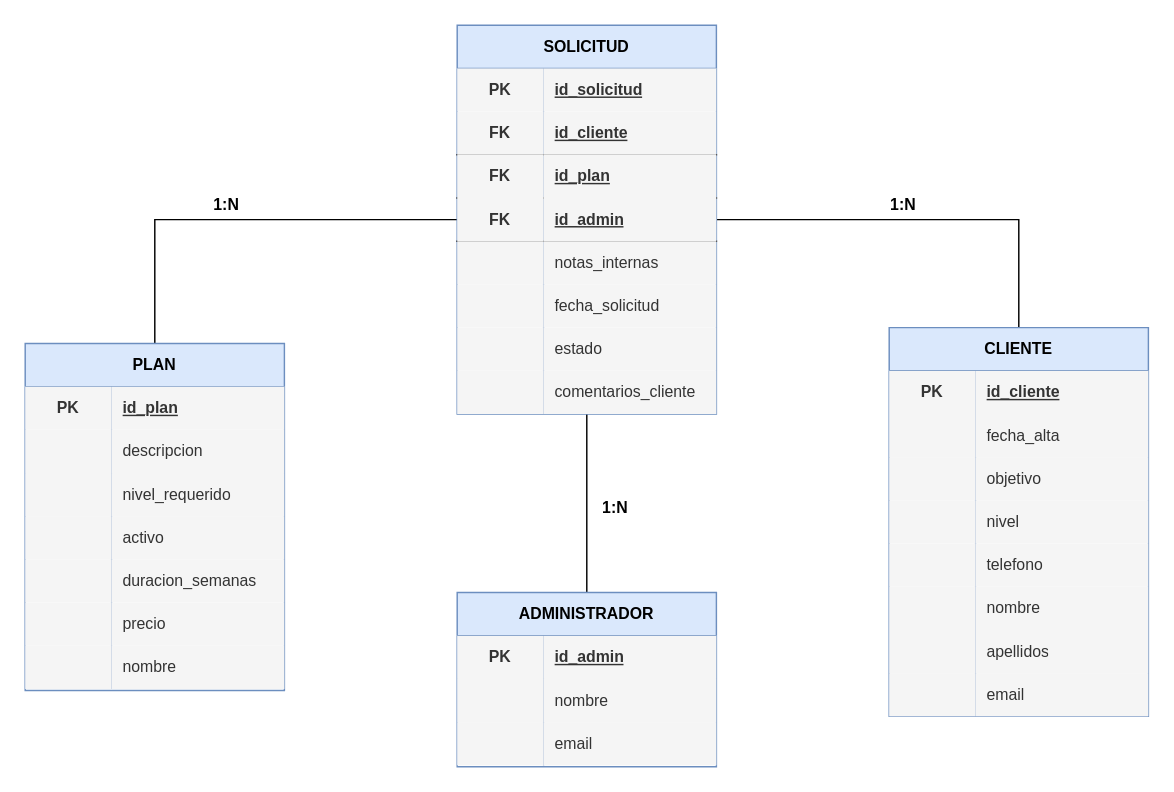
Earlier version of the draw.io diagram page "Modelo Relacional" (2 of 2) of diagrams/modelos.drawio (Jbergo/nextrep-training). Source tidied: cells renumbered, new cells numbered last; positions are measured from the earlier drawing's top-left corner, leaving out a move shared by most shapes. Both pictures are drawn from the tidied source at 144%, with x=0, y=0 at pixel (24, 24).
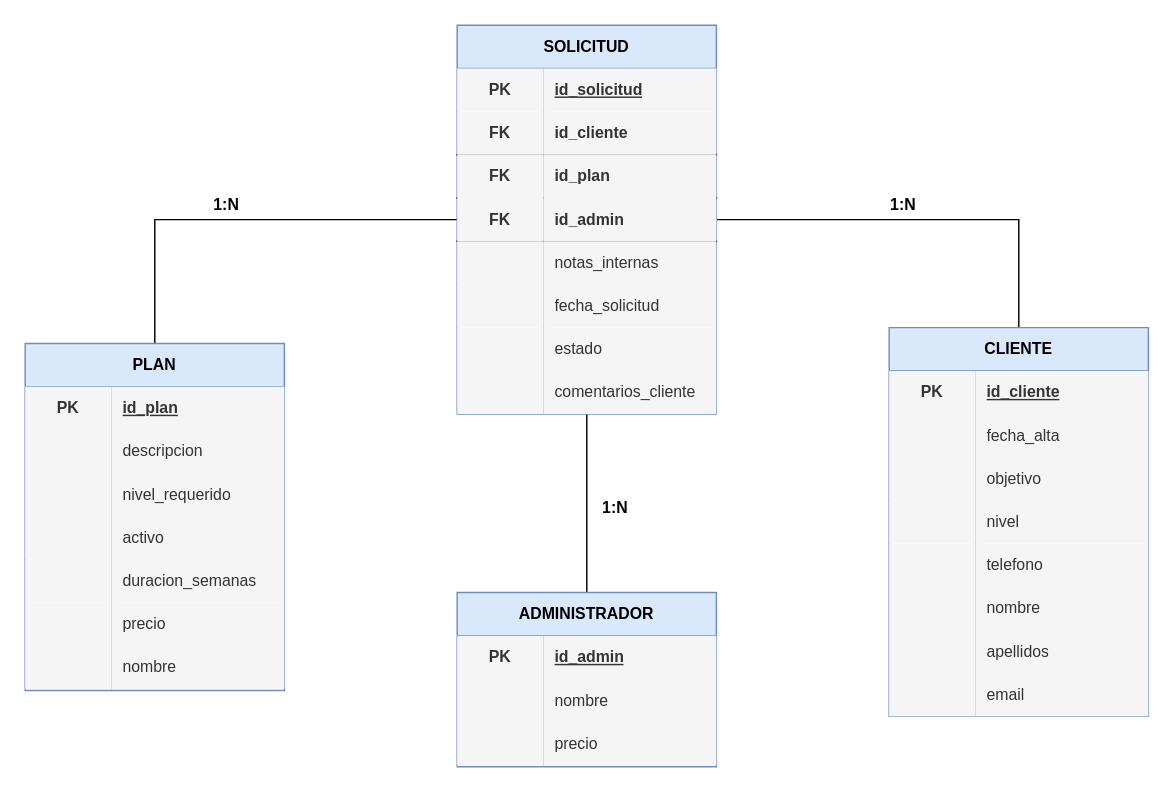
Above is the later version.

Commit message:
docs: actualización archivo fuente

The change refers to these unchanged cells:
```xml
<mxCell id="9" style="shape=tableRow;horizontal=0;startSize=0;swimlaneHead=0;swimlaneBody=0;fillColor=none;top=0;left=0;right=0;bottom=1;html=1;fontFamily=Helvetica;fontSize=11;fontColor=default;labelBackgroundColor=default;" parent="5" vertex="1">
  <mxGeometry y="60" width="180" height="30" as="geometry" />
</mxCell>
<mxCell id="12" style="shape=tableRow;horizontal=0;startSize=0;swimlaneHead=0;swimlaneBody=0;fillColor=none;top=0;left=0;right=0;bottom=1;html=1;fontFamily=Helvetica;fontSize=11;fontColor=default;labelBackgroundColor=default;" parent="5" vertex="1">
  <mxGeometry y="90" width="180" height="30" as="geometry" />
</mxCell>
<mxCell id="15" style="shape=tableRow;horizontal=0;startSize=0;swimlaneHead=0;swimlaneBody=0;fillColor=none;top=0;left=0;right=0;bottom=1;html=1;fontFamily=Helvetica;fontSize=11;fontColor=default;labelBackgroundColor=default;" parent="5" vertex="1">
  <mxGeometry y="120" width="180" height="30" as="geometry" />
</mxCell>
<mxCell id="86" style="shape=tableRow;horizontal=0;startSize=0;swimlaneHead=0;swimlaneBody=0;fillColor=none;top=0;left=0;right=0;bottom=0;html=1;fontFamily=Helvetica;fontSize=11;fontColor=default;labelBackgroundColor=default;" parent="79" vertex="1">
  <mxGeometry y="90" width="180" height="30" as="geometry" />
</mxCell>
```

Change to the diagram source:
```diff
@@
-    <mxCell id="11" value="id_cliente" style="shape=partialRectangle;fillColor=#f5f5f5;top=0;left=0;bottom=0;right=0;align=left;spacingLeft=6;fontStyle=5;overflow=hidden;html=1;whiteSpace=wrap;fontFamily=Helvetica;fontSize=11;fontColor=#333333;labelBackgroundColor=none;strokeColor=#666666;labelBorderColor=none;" parent="9" vertex="1">
+    <mxCell id="11" value="id_cliente" style="shape=partialRectangle;fillColor=#f5f5f5;top=0;left=0;bottom=0;right=0;align=left;spacingLeft=6;fontStyle=1;overflow=hidden;html=1;whiteSpace=wrap;fontFamily=Helvetica;fontSize=11;fontColor=#333333;labelBackgroundColor=none;strokeColor=#666666;labelBorderColor=none;" parent="9" vertex="1">
       <mxGeometry x="60" width="120" height="30" as="geometry" />
     </mxCell>
@@
-    <mxCell id="14" value="id_plan" style="shape=partialRectangle;fillColor=#f5f5f5;top=0;left=0;bottom=0;right=0;align=left;spacingLeft=6;fontStyle=5;overflow=hidden;html=1;whiteSpace=wrap;fontFamily=Helvetica;fontSize=11;fontColor=#333333;labelBackgroundColor=none;strokeColor=#666666;labelBorderColor=none;" parent="12" vertex="1">
+    <mxCell id="14" value="id_plan" style="shape=partialRectangle;fillColor=#f5f5f5;top=0;left=0;bottom=0;right=0;align=left;spacingLeft=6;fontStyle=1;overflow=hidden;html=1;whiteSpace=wrap;fontFamily=Helvetica;fontSize=11;fontColor=#333333;labelBackgroundColor=none;strokeColor=#666666;labelBorderColor=none;" parent="12" vertex="1">
       <mxGeometry x="60" width="120" height="30" as="geometry" />
     </mxCell>
@@
-    <mxCell id="17" value="id_admin" style="shape=partialRectangle;fillColor=#f5f5f5;top=0;left=0;bottom=0;right=0;align=left;spacingLeft=6;fontStyle=5;overflow=hidden;html=1;whiteSpace=wrap;fontFamily=Helvetica;fontSize=11;fontColor=#333333;labelBackgroundColor=none;strokeColor=#666666;labelBorderColor=none;" parent="15" vertex="1">
+    <mxCell id="17" value="id_admin" style="shape=partialRectangle;fillColor=#f5f5f5;top=0;left=0;bottom=0;right=0;align=left;spacingLeft=6;fontStyle=1;overflow=hidden;html=1;whiteSpace=wrap;fontFamily=Helvetica;fontSize=11;fontColor=#333333;labelBackgroundColor=none;strokeColor=#666666;labelBorderColor=none;horizontal=1;" parent="15" vertex="1">
       <mxGeometry x="60" width="120" height="30" as="geometry" />
     </mxCell>
@@
-    <mxCell id="88" value="email" style="shape=partialRectangle;fillColor=#f5f5f5;top=0;left=0;bottom=0;right=0;align=left;spacingLeft=6;overflow=hidden;html=1;whiteSpace=wrap;fontFamily=Helvetica;fontSize=11;fontColor=#333333;labelBackgroundColor=none;strokeColor=#666666;labelBorderColor=none;" parent="86" vertex="1">
+    <mxCell id="88" value="precio" style="shape=partialRectangle;fillColor=#f5f5f5;top=0;left=0;bottom=0;right=0;align=left;spacingLeft=6;overflow=hidden;html=1;whiteSpace=wrap;fontFamily=Helvetica;fontSize=11;fontColor=#333333;labelBackgroundColor=none;strokeColor=#666666;labelBorderColor=none;" parent="86" vertex="1">
       <mxGeometry x="60" width="120" height="30" as="geometry" />
     </mxCell>
```
